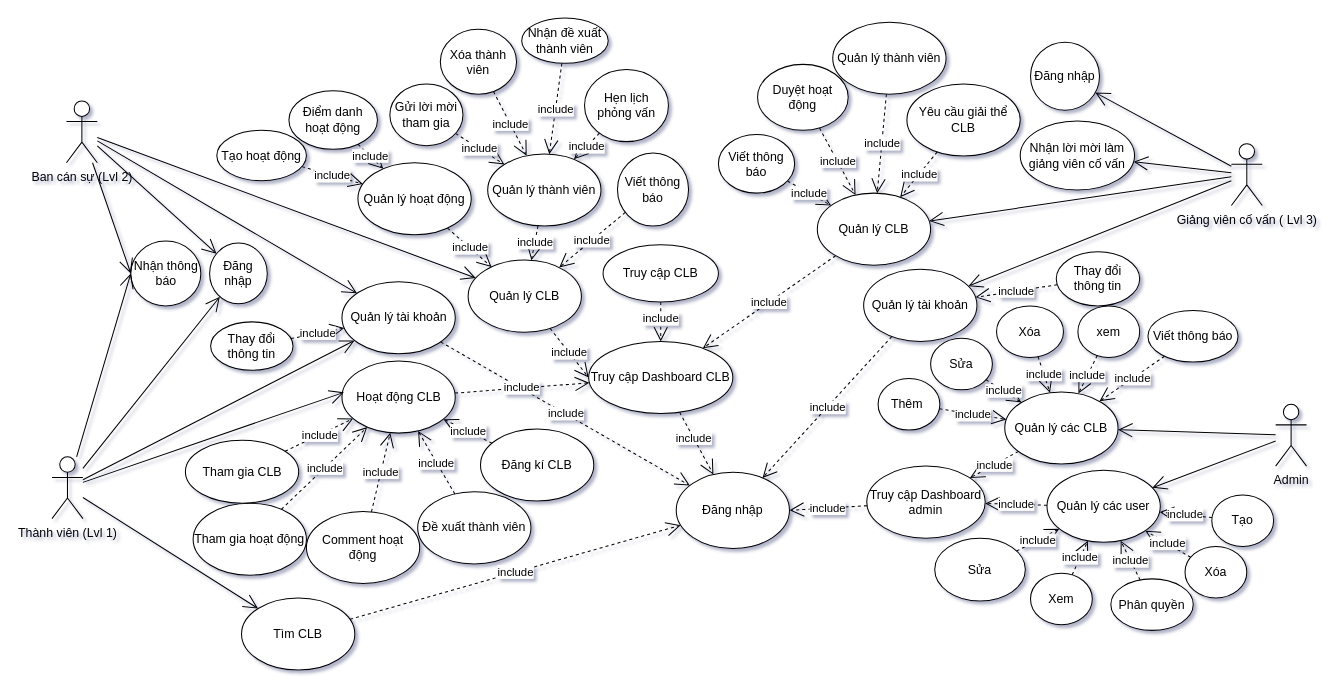
This is page "usecase" (1 of 7) of diagram.drawio from ZanhhTrann/finall_project-, a draw.io file, before an edit. Source tidied: cells renumbered, new cells numbered last; positions are measured from the earlier drawing's top-left corner, leaving out a move shared by most shapes. Both pictures are drawn from the tidied source at 103%, with x=0, y=0 at pixel (52, 18).
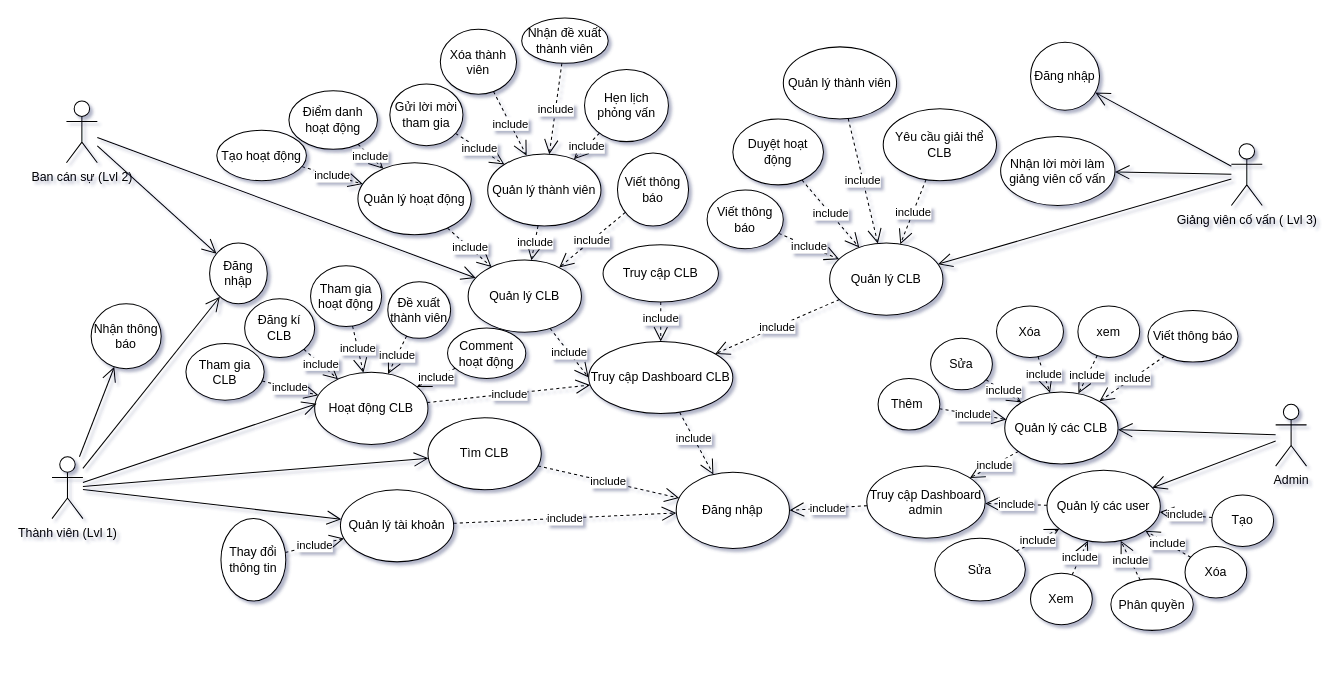
After the change.

Unchanged cells that the change refers to:
```xml
<mxCell id="2" value="Thành viên (Lvl 1)" style="shape=umlActor;verticalLabelPosition=bottom;verticalAlign=top;html=1;outlineConnect=0;" parent="1" vertex="1">
  <mxGeometry y="426" width="30" height="60" as="geometry" />
</mxCell>
<mxCell id="3" value="Ban cán sự (Lvl 2)" style="shape=umlActor;verticalLabelPosition=bottom;verticalAlign=top;html=1;outlineConnect=0;" parent="1" vertex="1">
  <mxGeometry x="14" y="80.5" width="30" height="60" as="geometry" />
</mxCell>
<mxCell id="4" value="Giảng viên cố vấn ( Lvl 3)" style="shape=umlActor;verticalLabelPosition=bottom;verticalAlign=top;html=1;outlineConnect=0;" parent="1" vertex="1">
  <mxGeometry x="1145" y="122" width="30" height="60" as="geometry" />
</mxCell>
<mxCell id="10" value="Đăng nhập" style="ellipse;whiteSpace=wrap;html=1;" parent="1" vertex="1">
  <mxGeometry x="606" y="441" width="110" height="74" as="geometry" />
</mxCell>
```

What changed in the source:
```diff
@@
     <mxCell id="6" value="Quản lý tài khoản" style="ellipse;whiteSpace=wrap;html=1;" parent="1" vertex="1">
-      <mxGeometry x="281.5" y="256" width="110" height="70" as="geometry" />
+      <mxGeometry x="280" y="458" width="110" height="70" as="geometry" />
     </mxCell>
     <mxCell id="7" value="Tham gia hoạt động" style="ellipse;whiteSpace=wrap;html=1;" parent="1" vertex="1">
-      <mxGeometry x="137" y="471" width="110" height="70" as="geometry" />
+      <mxGeometry x="251" y="240.5" width="69" height="59" as="geometry" />
     </mxCell>
     <mxCell id="8" value="Tham gia CLB" style="ellipse;whiteSpace=wrap;html=1;" parent="1" vertex="1">
-      <mxGeometry x="129.5" y="410" width="110" height="61" as="geometry" />
+      <mxGeometry x="130" y="316" width="76" height="55" as="geometry" />
     </mxCell>
     <mxCell id="9" value="Đăng kí CLB" style="ellipse;whiteSpace=wrap;html=1;" parent="1" vertex="1">
-      <mxGeometry x="416" y="399" width="110" height="70" as="geometry" />
+      <mxGeometry x="187" y="272.5" width="68" height="57" as="geometry" />
     </mxCell>
@@
-    <mxCell id="29" value="Quản lý tài khoản" style="ellipse;whiteSpace=wrap;html=1;" parent="1" vertex="1">
-      <mxGeometry x="788" y="244" width="110" height="70" as="geometry" />
-    </mxCell>
     <mxCell id="30" value="Nhận thông báo" style="ellipse;whiteSpace=wrap;html=1;" parent="1" vertex="1">
-      <mxGeometry x="76.5" y="216.5" width="68" height="63" as="geometry" />
+      <mxGeometry x="38" y="277.5" width="68" height="63" as="geometry" />
     </mxCell>
@@
-    <mxCell id="37" value="include" style="endArrow=open;endSize=12;dashed=1;html=1;rounded=0;" parent="1" edge="1" source="29" target="10">
-      <mxGeometry relative="1" as="geometry" />
-    </mxCell>
@@
     <mxCell id="40" value="Tìm CLB" style="ellipse;whiteSpace=wrap;html=1;" parent="1" vertex="1">
-      <mxGeometry x="184" y="563" width="110" height="70" as="geometry" />
+      <mxGeometry x="365" y="388" width="110" height="70" as="geometry" />
     </mxCell>
     <mxCell id="41" value="Đề xuất thành viên" style="ellipse;whiteSpace=wrap;html=1;" parent="1" vertex="1">
-      <mxGeometry x="355" y="460" width="110" height="70" as="geometry" />
+      <mxGeometry x="326" y="256" width="61" height="55" as="geometry" />
     </mxCell>
@@
     <mxCell id="43" value="Quản lý thành viên" style="ellipse;whiteSpace=wrap;html=1;" parent="1" vertex="1">
-      <mxGeometry x="758" y="4" width="110" height="70" as="geometry" />
+      <mxGeometry x="710" y="28" width="110" height="70" as="geometry" />
     </mxCell>
     <mxCell id="44" value="Yêu cầu giải thể CLB" style="ellipse;whiteSpace=wrap;html=1;" parent="1" vertex="1">
-      <mxGeometry x="830" y="64" width="110" height="70" as="geometry" />
+      <mxGeometry x="807" y="88" width="110" height="70" as="geometry" />
     </mxCell>
-    <mxCell id="45" value="Thay đổi thông tin" style="ellipse;whiteSpace=wrap;html=1;" parent="1" vertex="1">
-      <mxGeometry x="154" y="295" width="80" height="47" as="geometry" />
+    <mxCell id="45" value="Thay đổi thông tin" style="ellipse;whiteSpace=wrap;html=1;direction=south;" parent="1" vertex="1">
+      <mxGeometry x="164" y="486" width="63" height="80" as="geometry" />
     </mxCell>
     <mxCell id="46" value="Quản lý CLB" style="ellipse;whiteSpace=wrap;html=1;" parent="1" vertex="1">
-      <mxGeometry x="743" y="170" width="110" height="70" as="geometry" />
+      <mxGeometry x="755" y="218.5" width="110" height="70" as="geometry" />
     </mxCell>
@@
     <mxCell id="48" value="Nhận lời mời làm giảng viên cố vấn" style="ellipse;whiteSpace=wrap;html=1;" parent="1" vertex="1">
-      <mxGeometry x="940" y="100" width="111" height="67" as="geometry" />
+      <mxGeometry x="921" y="115" width="111" height="67" as="geometry" />
     </mxCell>
@@
-    <mxCell id="53" style="endArrow=open;endFill=1;endSize=12;html=1;rounded=0;entryX=0;entryY=0.5;entryDx=0;entryDy=0;" parent="1" edge="1" source="2" target="30">
+    <mxCell id="53" style="endArrow=open;endFill=1;endSize=12;html=1;rounded=0;" parent="1" edge="1" source="2" target="30">
       <mxGeometry relative="1" as="geometry" />
     </mxCell>
@@
-    <mxCell id="55" style="endArrow=open;endFill=1;endSize=12;html=1;rounded=0;entryX=0;entryY=0.5;entryDx=0;entryDy=0;" parent="1" edge="1" source="3" target="30">
-      <mxGeometry relative="1" as="geometry" />
-    </mxCell>
-    <mxCell id="56" style="endArrow=open;endFill=1;endSize=12;html=1;rounded=0;" parent="1" edge="1" source="3" target="6">
-      <mxGeometry relative="1" as="geometry" />
-    </mxCell>
@@
     <mxCell id="77" value="Hoạt động CLB" style="ellipse;whiteSpace=wrap;html=1;" parent="1" vertex="1">
-      <mxGeometry x="281.5" y="333" width="110" height="70" as="geometry" />
+      <mxGeometry x="255" y="344" width="110" height="70" as="geometry" />
     </mxCell>
@@
     <mxCell id="85" value="Viết thông báo" style="ellipse;whiteSpace=wrap;html=1;" parent="1" vertex="1">
-      <mxGeometry x="647" y="113" width="74" height="57" as="geometry" />
+      <mxGeometry x="636" y="167" width="74" height="57" as="geometry" />
     </mxCell>
@@
-    <mxCell id="88" value="include" style="endArrow=open;endSize=12;dashed=1;html=1;rounded=0;" parent="1" edge="1" source="89" target="29">
-      <mxGeometry relative="1" as="geometry" />
-    </mxCell>
-    <mxCell id="89" value="Thay đổi thông tin" style="ellipse;whiteSpace=wrap;html=1;" parent="1" vertex="1">
-      <mxGeometry x="975" y="227" width="81" height="52.5" as="geometry" />
-    </mxCell>
-    <mxCell id="90" style="endArrow=open;endFill=1;endSize=12;html=1;rounded=0;" parent="1" edge="1" source="4" target="29">
-      <mxGeometry relative="1" as="geometry" />
-    </mxCell>
@@
     <mxCell id="103" value="Comment hoạt động" style="ellipse;whiteSpace=wrap;html=1;" parent="1" vertex="1">
-      <mxGeometry x="247" y="479" width="110" height="70" as="geometry" />
+      <mxGeometry x="384" y="301" width="76" height="49" as="geometry" />
     </mxCell>
@@
     <mxCell id="107" value="Duyệt hoạt động" style="ellipse;whiteSpace=wrap;html=1;" parent="1" vertex="1">
-      <mxGeometry x="685" y="45" width="88" height="64" as="geometry" />
+      <mxGeometry x="661" y="98" width="88" height="64" as="geometry" />
     </mxCell>
```
